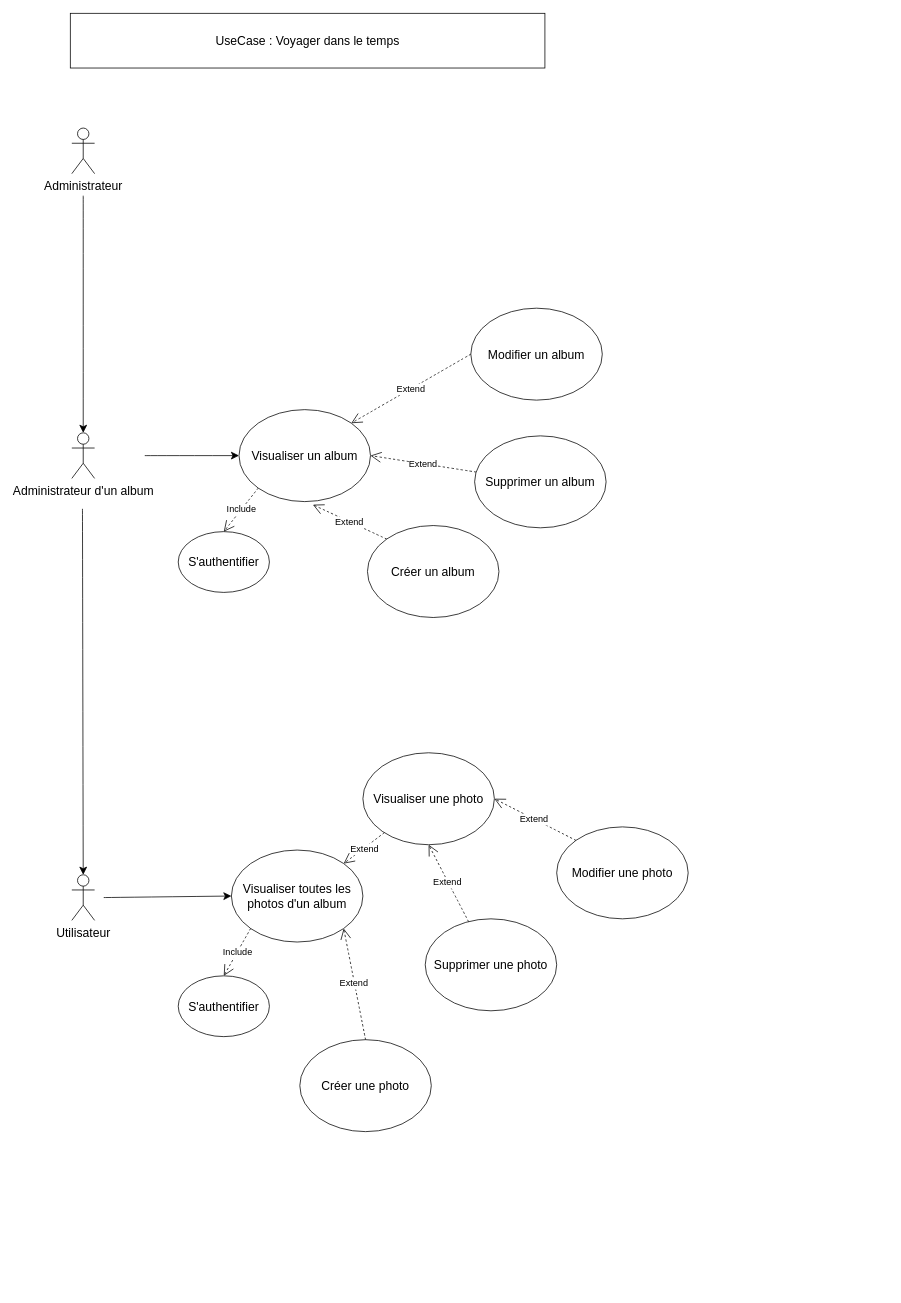
Before: test.drawio/UseCase.drawio in sandrine-proenca/Voyager_dans_le_temps, a draw.io diagram. Source tidied: cells renumbered, new cells numbered last; positions are measured from the earlier drawing's top-left corner, leaving out a move shared by most shapes. Both pictures are drawn from the tidied source at 76%, with x=0, y=0 at pixel (70, 13).
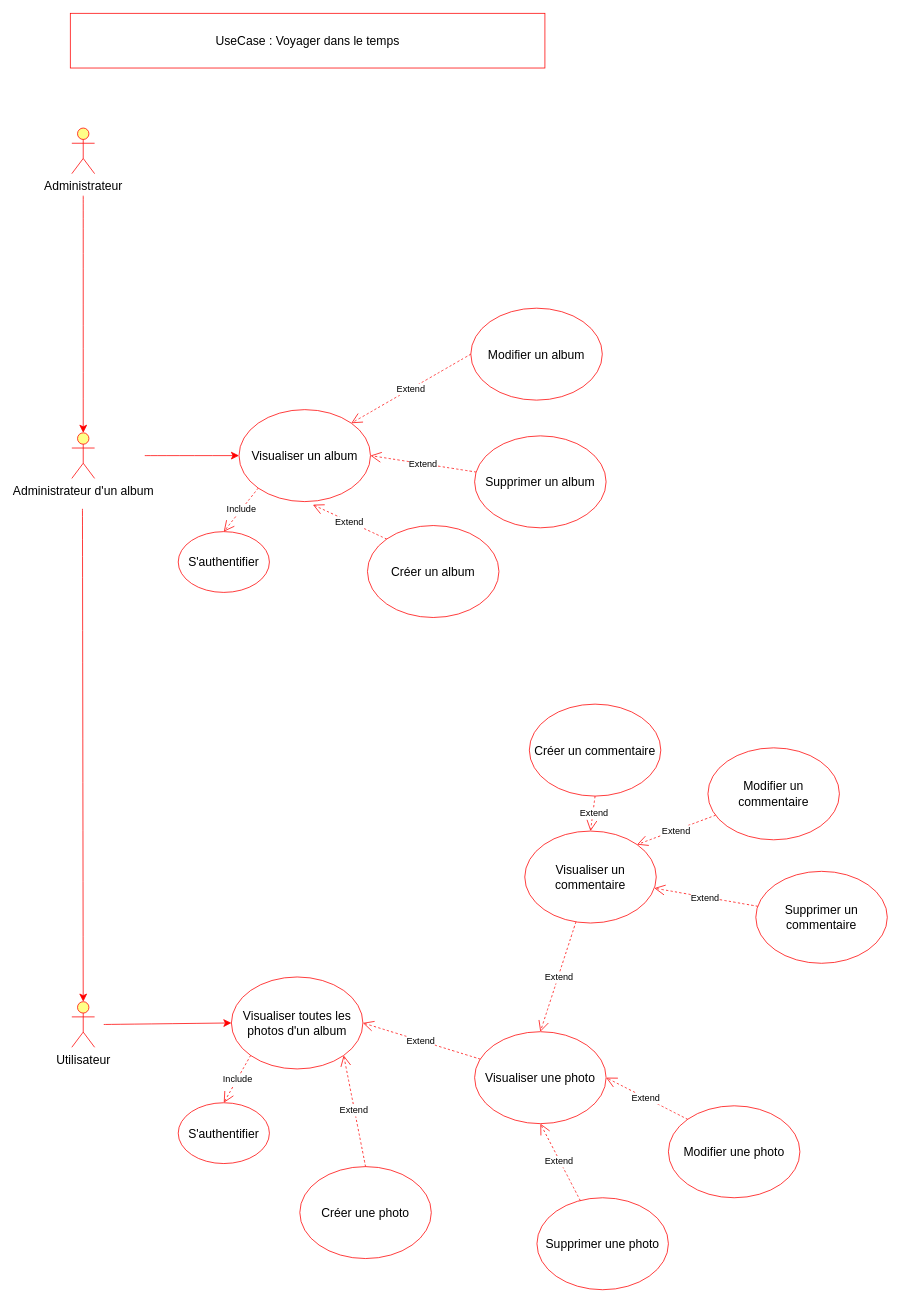
After the change.

Commit message (it also covers changes not shown here):
new erd & UseCase

What changed in the source:
```diff
@@
-    <mxCell id="2" value="Utilisateur" style="shape=umlActor;verticalLabelPosition=bottom;verticalAlign=top;html=1;outlineConnect=0;fontSize=16;" parent="1" vertex="1">
-      <mxGeometry x="2" y="1133.5" width="30" height="60" as="geometry" />
+    <mxCell id="2" value="Utilisateur" style="shape=umlActor;verticalLabelPosition=bottom;verticalAlign=top;html=1;outlineConnect=0;fontSize=16;fillColor=#ffff88;strokeColor=#FF0000;" parent="1" vertex="1">
+      <mxGeometry x="2" y="1300.5" width="30" height="60" as="geometry" />
     </mxCell>
-    <mxCell id="3" value="Administrateur d'un album" style="shape=umlActor;verticalLabelPosition=bottom;verticalAlign=top;html=1;outlineConnect=0;fontSize=16;" parent="1" vertex="1">
+    <mxCell id="3" value="Administrateur d'un album" style="shape=umlActor;verticalLabelPosition=bottom;verticalAlign=top;html=1;outlineConnect=0;fontSize=16;fillColor=#ffff88;strokeColor=#FF0000;" parent="1" vertex="1">
       <mxGeometry x="2" y="552" width="30" height="60" as="geometry" />
     </mxCell>
-    <mxCell id="4" value="Administrateur" style="shape=umlActor;verticalLabelPosition=bottom;verticalAlign=top;html=1;fontSize=16;" parent="1" vertex="1">
+    <mxCell id="4" value="Administrateur" style="shape=umlActor;verticalLabelPosition=bottom;verticalAlign=top;html=1;fontSize=16;fillColor=#ffff88;strokeColor=#FF0000;" parent="1" vertex="1">
       <mxGeometry x="2" y="151" width="30" height="60" as="geometry" />
     </mxCell>
-    <mxCell id="5" value="Visualiser toutes les photos d'un album" style="ellipse;whiteSpace=wrap;html=1;fontSize=16;" parent="1" vertex="1">
-      <mxGeometry x="212" y="1101" width="173" height="121" as="geometry" />
+    <mxCell id="5" value="Visualiser toutes les photos d'un album" style="ellipse;whiteSpace=wrap;html=1;fontSize=16;strokeColor=#FF0000;" parent="1" vertex="1">
+      <mxGeometry x="212" y="1268" width="173" height="121" as="geometry" />
     </mxCell>
-    <mxCell id="6" value="Visualiser une photo" style="ellipse;whiteSpace=wrap;html=1;fontSize=16;" parent="1" vertex="1">
-      <mxGeometry x="385" y="973" width="173" height="121" as="geometry" />
+    <mxCell id="6" value="Visualiser une photo" style="ellipse;whiteSpace=wrap;html=1;fontSize=16;strokeColor=#FF0000;" parent="1" vertex="1">
+      <mxGeometry x="532" y="1340" width="173" height="121" as="geometry" />
     </mxCell>
-    <mxCell id="7" style="endArrow=classic;html=1;rounded=0;fontSize=12;startSize=8;endSize=8;curved=1;entryX=0;entryY=0.5;entryDx=0;entryDy=0;" parent="1" edge="1" target="5">
-      <mxGeometry relative="1" as="geometry">
-        <mxPoint x="44" y="1163.5" as="sourcePoint" />
-      </mxGeometry>
-    </mxCell>
+    <mxCell id="30" style="endArrow=classic;html=1;rounded=0;fontSize=12;startSize=8;endSize=8;curved=1;entryX=0;entryY=0.5;entryDx=0;entryDy=0;strokeColor=#FF0000;" parent="1" edge="1" target="5">
+      <mxGeometry relative="1" as="geometry">
+        <mxPoint x="44" y="1330.5" as="sourcePoint" />
+      </mxGeometry>
+    </mxCell>
-    <mxCell id="8" value="Extend" style="endArrow=open;endSize=12;dashed=1;html=1;rounded=0;fontSize=12;curved=1;entryX=1;entryY=0;entryDx=0;entryDy=0;" parent="1" edge="1" source="6" target="5">
+    <mxCell id="8" value="Extend" style="endArrow=open;endSize=12;dashed=1;html=1;rounded=0;fontSize=12;curved=1;entryX=1;entryY=0.5;entryDx=0;entryDy=0;strokeColor=#FF0000;" parent="1" edge="1" source="6" target="5">
       <mxGeometry x="0.01" y="1" relative="1" as="geometry" />
     </mxCell>
-    <mxCell id="9" value="Créer une photo" style="ellipse;whiteSpace=wrap;html=1;fontSize=16;" parent="1" vertex="1">
-      <mxGeometry x="302" y="1350.5" width="173" height="121" as="geometry" />
+    <mxCell id="9" value="Créer une photo" style="ellipse;whiteSpace=wrap;html=1;fontSize=16;strokeColor=#FF0000;" parent="1" vertex="1">
+      <mxGeometry x="302" y="1517.5" width="173" height="121" as="geometry" />
     </mxCell>
-    <mxCell id="10" value="Extend" style="endArrow=open;endSize=12;dashed=1;html=1;rounded=0;fontSize=12;curved=1;entryX=1;entryY=1;entryDx=0;entryDy=0;exitX=0.5;exitY=0;exitDx=0;exitDy=0;" parent="1" edge="1" source="9" target="5">
+    <mxCell id="10" value="Extend" style="endArrow=open;endSize=12;dashed=1;html=1;rounded=0;fontSize=12;curved=1;entryX=1;entryY=1;entryDx=0;entryDy=0;exitX=0.5;exitY=0;exitDx=0;exitDy=0;strokeColor=#FF0000;" parent="1" edge="1" source="9" target="5">
       <mxGeometry x="0.01" y="1" relative="1" as="geometry" />
     </mxCell>
-    <mxCell id="11" value="Modifier une photo" style="ellipse;whiteSpace=wrap;html=1;fontSize=16;" parent="1" vertex="1">
-      <mxGeometry x="640" y="1070.5" width="173" height="121" as="geometry" />
+    <mxCell id="11" value="Modifier une photo" style="ellipse;whiteSpace=wrap;html=1;fontSize=16;strokeColor=#FF0000;" parent="1" vertex="1">
+      <mxGeometry x="787" y="1437.5" width="173" height="121" as="geometry" />
     </mxCell>
-    <mxCell id="12" value="Extend" style="endArrow=open;endSize=12;dashed=1;html=1;rounded=0;fontSize=12;curved=1;entryX=1;entryY=0.5;entryDx=0;entryDy=0;exitX=0;exitY=0;exitDx=0;exitDy=0;" parent="1" edge="1" source="11" target="6">
+    <mxCell id="12" value="Extend" style="endArrow=open;endSize=12;dashed=1;html=1;rounded=0;fontSize=12;curved=1;entryX=1;entryY=0.5;entryDx=0;entryDy=0;exitX=0;exitY=0;exitDx=0;exitDy=0;strokeColor=#FF0000;" parent="1" edge="1" source="11" target="6">
       <mxGeometry x="0.01" y="1" relative="1" as="geometry" />
     </mxCell>
-    <mxCell id="13" value="Supprimer une photo" style="ellipse;whiteSpace=wrap;html=1;fontSize=16;" parent="1" vertex="1">
-      <mxGeometry x="467" y="1191.5" width="173" height="121" as="geometry" />
+    <mxCell id="13" value="Supprimer une photo" style="ellipse;whiteSpace=wrap;html=1;fontSize=16;strokeColor=#FF0000;" parent="1" vertex="1">
+      <mxGeometry x="614" y="1558.5" width="173" height="121" as="geometry" />
     </mxCell>
-    <mxCell id="14" value="Extend" style="endArrow=open;endSize=12;dashed=1;html=1;rounded=0;fontSize=12;curved=1;entryX=0.5;entryY=1;entryDx=0;entryDy=0;" parent="1" edge="1" source="13" target="6">
+    <mxCell id="14" value="Extend" style="endArrow=open;endSize=12;dashed=1;html=1;rounded=0;fontSize=12;curved=1;entryX=0.5;entryY=1;entryDx=0;entryDy=0;strokeColor=#FF0000;" parent="1" edge="1" source="13" target="6">
       <mxGeometry x="0.01" y="1" relative="1" as="geometry" />
     </mxCell>
-    <mxCell id="15" value="S'authentifier" style="ellipse;whiteSpace=wrap;html=1;fontSize=16;" parent="1" vertex="1">
-      <mxGeometry x="142" y="1266.5" width="120" height="80" as="geometry" />
-    </mxCell>
-    <mxCell id="16" value="Include" style="endArrow=open;endSize=12;dashed=1;html=1;rounded=0;fontSize=12;curved=1;exitX=0;exitY=1;exitDx=0;exitDy=0;entryX=0.5;entryY=0;entryDx=0;entryDy=0;" parent="1" edge="1" source="5" target="15">
-      <mxGeometry relative="1" as="geometry" />
-    </mxCell>
-    <mxCell id="17" style="endArrow=classic;html=1;rounded=0;fontSize=12;startSize=8;endSize=8;curved=1;entryX=0.5;entryY=0;entryDx=0;entryDy=0;entryPerimeter=0;" parent="1" edge="1" target="3">
-      <mxGeometry relative="1" as="geometry">
-        <mxPoint x="17" y="240" as="sourcePoint" />
-      </mxGeometry>
-    </mxCell>
-    <mxCell id="18" style="endArrow=classic;html=1;rounded=0;fontSize=12;startSize=8;endSize=8;curved=1;entryX=0.5;entryY=0;entryDx=0;entryDy=0;entryPerimeter=0;" parent="1" edge="1" target="2">
-      <mxGeometry relative="1" as="geometry">
-        <mxPoint x="16" y="652" as="sourcePoint" />
-      </mxGeometry>
-    </mxCell>
+    <mxCell id="31" value="S'authentifier" style="ellipse;whiteSpace=wrap;html=1;fontSize=16;strokeColor=#FF0000;" parent="1" vertex="1">
+      <mxGeometry x="142" y="1433.5" width="120" height="80" as="geometry" />
+    </mxCell>
+    <mxCell id="32" value="Include" style="endArrow=open;endSize=12;dashed=1;html=1;rounded=0;fontSize=12;curved=1;exitX=0;exitY=1;exitDx=0;exitDy=0;entryX=0.5;entryY=0;entryDx=0;entryDy=0;strokeColor=#FF0000;" parent="1" edge="1" source="5" target="31">
+      <mxGeometry relative="1" as="geometry" />
+    </mxCell>
+    <mxCell id="33" style="endArrow=classic;html=1;rounded=0;fontSize=12;startSize=8;endSize=8;curved=1;entryX=0.5;entryY=0;entryDx=0;entryDy=0;entryPerimeter=0;strokeColor=#FF0000;" parent="1" edge="1" target="3">
+      <mxGeometry relative="1" as="geometry">
+        <mxPoint x="17" y="240" as="sourcePoint" />
+      </mxGeometry>
+    </mxCell>
+    <mxCell id="34" style="endArrow=classic;html=1;rounded=0;fontSize=12;startSize=8;endSize=8;curved=1;entryX=0.5;entryY=0;entryDx=0;entryDy=0;entryPerimeter=0;strokeColor=#FF0000;" parent="1" edge="1" target="2">
+      <mxGeometry relative="1" as="geometry">
+        <mxPoint x="16" y="652" as="sourcePoint" />
+      </mxGeometry>
+    </mxCell>
-    <mxCell id="19" value="Visualiser un album" style="ellipse;whiteSpace=wrap;html=1;fontSize=16;" parent="1" vertex="1">
+    <mxCell id="19" value="Visualiser un album" style="ellipse;whiteSpace=wrap;html=1;fontSize=16;strokeColor=#FF0000;" parent="1" vertex="1">
       <mxGeometry x="222" y="521.5" width="173" height="121" as="geometry" />
     </mxCell>
-    <mxCell id="20" style="endArrow=classic;html=1;rounded=0;fontSize=12;startSize=8;endSize=8;curved=1;entryX=0;entryY=0.5;entryDx=0;entryDy=0;" parent="1" edge="1" target="19">
-      <mxGeometry relative="1" as="geometry">
-        <mxPoint x="98" y="582" as="sourcePoint" />
-      </mxGeometry>
-    </mxCell>
+    <mxCell id="35" style="endArrow=classic;html=1;rounded=0;fontSize=12;startSize=8;endSize=8;curved=1;entryX=0;entryY=0.5;entryDx=0;entryDy=0;strokeColor=#FF0000;" parent="1" edge="1" target="19">
+      <mxGeometry relative="1" as="geometry">
+        <mxPoint x="98" y="582" as="sourcePoint" />
+      </mxGeometry>
+    </mxCell>
-    <mxCell id="21" value="Créer un album" style="ellipse;whiteSpace=wrap;html=1;fontSize=16;" parent="1" vertex="1">
+    <mxCell id="21" value="Créer un album" style="ellipse;whiteSpace=wrap;html=1;fontSize=16;strokeColor=#FF0000;" parent="1" vertex="1">
       <mxGeometry x="391" y="674" width="173" height="121" as="geometry" />
     </mxCell>
-    <mxCell id="22" value="Extend" style="endArrow=open;endSize=12;dashed=1;html=1;rounded=0;fontSize=12;curved=1;entryX=0.562;entryY=1.034;entryDx=0;entryDy=0;exitX=0;exitY=0;exitDx=0;exitDy=0;entryPerimeter=0;" parent="1" edge="1" source="21" target="19">
+    <mxCell id="22" value="Extend" style="endArrow=open;endSize=12;dashed=1;html=1;rounded=0;fontSize=12;curved=1;entryX=0.562;entryY=1.034;entryDx=0;entryDy=0;exitX=0;exitY=0;exitDx=0;exitDy=0;entryPerimeter=0;strokeColor=#FF0000;" parent="1" edge="1" source="21" target="19">
       <mxGeometry x="0.01" y="1" relative="1" as="geometry" />
     </mxCell>
-    <mxCell id="23" value="S'authentifier" style="ellipse;whiteSpace=wrap;html=1;fontSize=16;" parent="1" vertex="1">
-      <mxGeometry x="142" y="682" width="120" height="80" as="geometry" />
-    </mxCell>
-    <mxCell id="24" value="Include" style="endArrow=open;endSize=12;dashed=1;html=1;rounded=0;fontSize=12;curved=1;exitX=0;exitY=1;exitDx=0;exitDy=0;entryX=0.5;entryY=0;entryDx=0;entryDy=0;" parent="1" edge="1" source="19" target="23">
-      <mxGeometry relative="1" as="geometry" />
-    </mxCell>
+    <mxCell id="36" value="S'authentifier" style="ellipse;whiteSpace=wrap;html=1;fontSize=16;strokeColor=#FF0000;" parent="1" vertex="1">
+      <mxGeometry x="142" y="682" width="120" height="80" as="geometry" />
+    </mxCell>
+    <mxCell id="37" value="Include" style="endArrow=open;endSize=12;dashed=1;html=1;rounded=0;fontSize=12;curved=1;exitX=0;exitY=1;exitDx=0;exitDy=0;entryX=0.5;entryY=0;entryDx=0;entryDy=0;strokeColor=#FF0000;" parent="1" edge="1" source="19" target="36">
+      <mxGeometry relative="1" as="geometry" />
+    </mxCell>
-    <mxCell id="25" value="Modifier un album" style="ellipse;whiteSpace=wrap;html=1;fontSize=16;" parent="1" vertex="1">
+    <mxCell id="25" value="Modifier un album" style="ellipse;whiteSpace=wrap;html=1;fontSize=16;strokeColor=#FF0000;" parent="1" vertex="1">
       <mxGeometry x="527" y="388" width="173" height="121" as="geometry" />
     </mxCell>
-    <mxCell id="26" value="Extend" style="endArrow=open;endSize=12;dashed=1;html=1;rounded=0;fontSize=12;curved=1;entryX=1;entryY=0;entryDx=0;entryDy=0;exitX=0;exitY=0.5;exitDx=0;exitDy=0;" parent="1" edge="1" source="25" target="19">
+    <mxCell id="26" value="Extend" style="endArrow=open;endSize=12;dashed=1;html=1;rounded=0;fontSize=12;curved=1;entryX=1;entryY=0;entryDx=0;entryDy=0;exitX=0;exitY=0.5;exitDx=0;exitDy=0;strokeColor=#FF0000;" parent="1" edge="1" source="25" target="19">
       <mxGeometry x="0.01" y="1" relative="1" as="geometry" />
     </mxCell>
-    <mxCell id="27" value="Supprimer un album" style="ellipse;whiteSpace=wrap;html=1;fontSize=16;" parent="1" vertex="1">
+    <mxCell id="27" value="Supprimer un album" style="ellipse;whiteSpace=wrap;html=1;fontSize=16;strokeColor=#FF0000;" parent="1" vertex="1">
       <mxGeometry x="532" y="556" width="173" height="121" as="geometry" />
     </mxCell>
-    <mxCell id="28" value="Extend" style="endArrow=open;endSize=12;dashed=1;html=1;rounded=0;fontSize=12;curved=1;entryX=1;entryY=0.5;entryDx=0;entryDy=0;" parent="1" edge="1" source="27" target="19">
+    <mxCell id="28" value="Extend" style="endArrow=open;endSize=12;dashed=1;html=1;rounded=0;fontSize=12;curved=1;entryX=1;entryY=0.5;entryDx=0;entryDy=0;strokeColor=#FF0000;" parent="1" edge="1" source="27" target="19">
       <mxGeometry x="0.01" y="1" relative="1" as="geometry" />
     </mxCell>
-    <mxCell id="29" value="UseCase : Voyager dans le temps" style="html=1;whiteSpace=wrap;fontSize=16;" parent="1" vertex="1">
+    <mxCell id="29" value="UseCase : Voyager dans le temps" style="html=1;whiteSpace=wrap;fontSize=16;strokeColor=#FF0000;" parent="1" vertex="1">
       <mxGeometry width="624.5" height="72" as="geometry" />
     </mxCell>
+    <mxCell id="38" value="Visualiser un commentaire" style="ellipse;whiteSpace=wrap;html=1;fontSize=16;strokeColor=#FF0000;" parent="1" vertex="1">
+      <mxGeometry x="598" y="1076" width="173" height="121" as="geometry" />
+    </mxCell>
+    <mxCell id="39" value="Extend" style="endArrow=open;endSize=12;dashed=1;html=1;rounded=0;fontSize=12;curved=1;entryX=0.5;entryY=0;entryDx=0;entryDy=0;strokeColor=#FF0000;" parent="1" edge="1" source="38" target="6">
+      <mxGeometry x="0.01" y="1" relative="1" as="geometry" />
+    </mxCell>
+    <mxCell id="40" value="Modifier un commentaire" style="ellipse;whiteSpace=wrap;html=1;fontSize=16;strokeColor=#FF0000;" parent="1" vertex="1">
+      <mxGeometry x="839" y="966.5" width="173" height="121" as="geometry" />
+    </mxCell>
+    <mxCell id="41" value="Extend" style="endArrow=open;endSize=12;dashed=1;html=1;rounded=0;fontSize=12;curved=1;entryX=1;entryY=0;entryDx=0;entryDy=0;strokeColor=#FF0000;" parent="1" edge="1" source="40" target="38">
+      <mxGeometry x="0.01" y="1" relative="1" as="geometry" />
+    </mxCell>
+    <mxCell id="42" value="Supprimer un commentaire" style="ellipse;whiteSpace=wrap;html=1;fontSize=16;strokeColor=#FF0000;" parent="1" vertex="1">
+      <mxGeometry x="902" y="1129" width="173" height="121" as="geometry" />
+    </mxCell>
+    <mxCell id="43" value="Extend" style="endArrow=open;endSize=12;dashed=1;html=1;rounded=0;fontSize=12;curved=1;strokeColor=#FF0000;" parent="1" edge="1" source="42" target="38">
+      <mxGeometry x="0.01" y="1" relative="1" as="geometry" />
+    </mxCell>
+    <mxCell id="44" value="Créer un commentaire" style="ellipse;whiteSpace=wrap;html=1;fontSize=16;strokeColor=#FF0000;" parent="1" vertex="1">
+      <mxGeometry x="604" y="909" width="173" height="121" as="geometry" />
+    </mxCell>
+    <mxCell id="45" value="Extend" style="endArrow=open;endSize=12;dashed=1;html=1;rounded=0;fontSize=12;curved=1;entryX=0.5;entryY=0;entryDx=0;entryDy=0;exitX=0.5;exitY=1;exitDx=0;exitDy=0;strokeColor=#FF0000;" parent="1" edge="1" source="44" target="38">
+      <mxGeometry x="0.01" y="1" relative="1" as="geometry" />
+    </mxCell>
```
